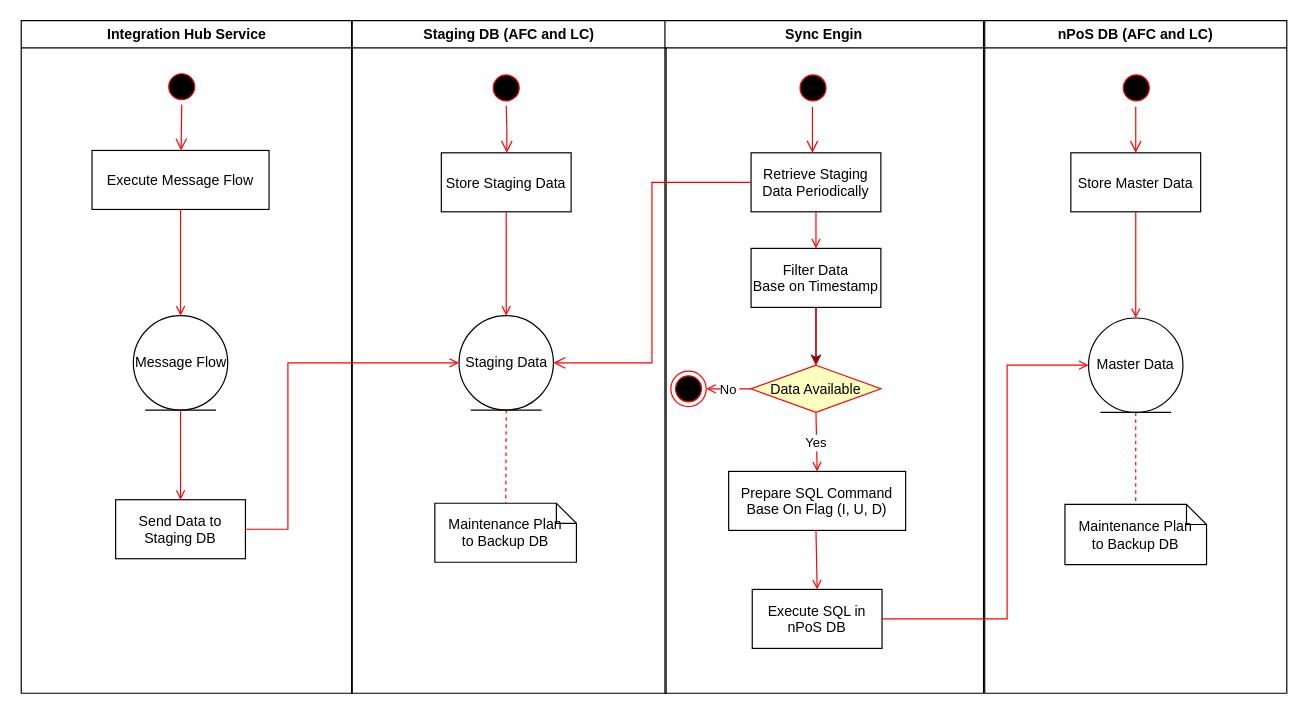
Before: Untitled Diagram.drawio in WALL-E-VA/WALL-E-VA, a draw.io diagram. Source tidied: cells renumbered, new cells numbered last; positions are measured from the earlier drawing's top-left corner, leaving out a move shared by most shapes. Both pictures are drawn from the tidied source at 118%, with x=0, y=0 at pixel (20, 20).
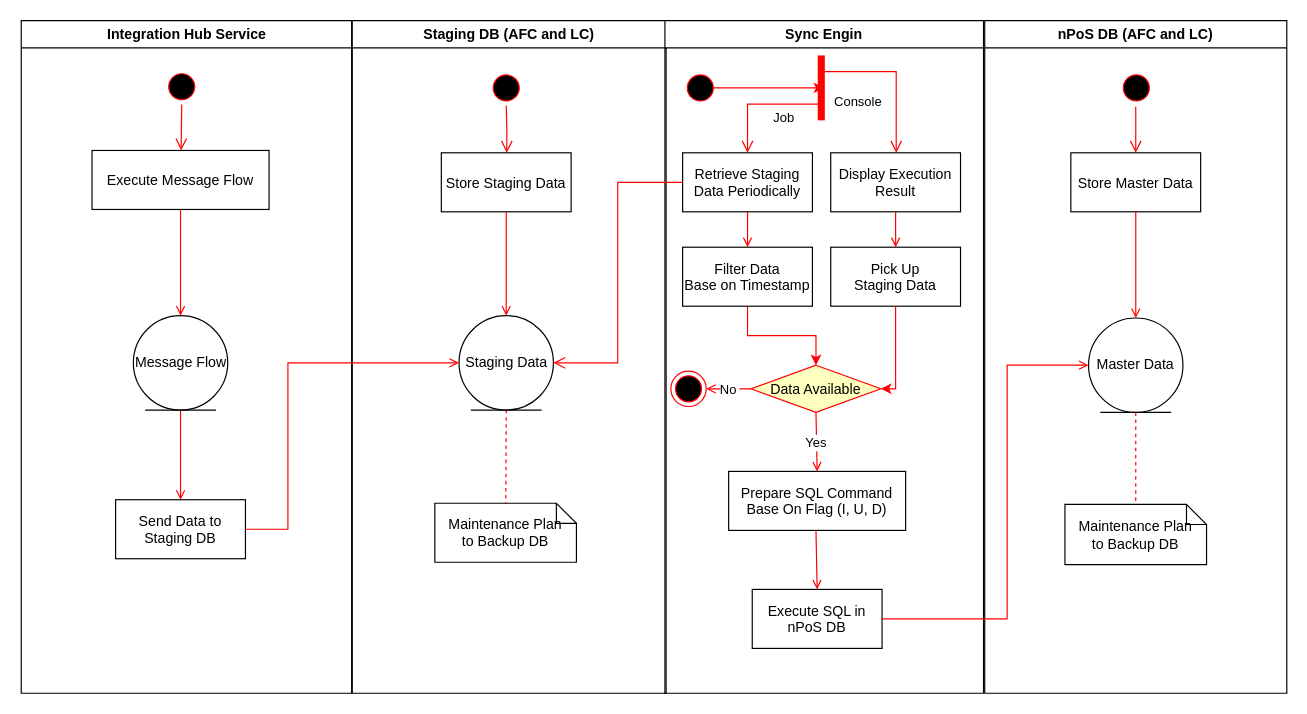
The same page after the edit.

The change refers to these unchanged cells:
```xml
<mxCell id="18" value="Sync Engin" style="swimlane;whiteSpace=wrap;" parent="1" vertex="1">
  <mxGeometry x="546" width="270" height="570" as="geometry" />
</mxCell>
<mxCell id="20" value="Data Available" style="rhombus;fillColor=#ffffc0;strokeColor=#ff0000;" parent="18" vertex="1">
  <mxGeometry x="73" y="292" width="110" height="40" as="geometry" />
</mxCell>
```

Change to the diagram source:
```diff
@@
     <mxCell id="21" value="Retrieve Staging &#10;Data Periodically" parent="18" vertex="1">
-      <mxGeometry x="73" y="112" width="110" height="50" as="geometry" />
+      <mxGeometry x="15" y="112" width="110" height="50" as="geometry" />
     </mxCell>
-    <mxCell id="22" style="edgeStyle=orthogonalEdgeStyle;rounded=0;jettySize=auto;html=1;" parent="18" edge="1" source="23" target="20">
+    <mxCell id="22" style="edgeStyle=orthogonalEdgeStyle;rounded=0;jettySize=auto;html=1;fillColor=#a20025;strokeColor=#FF0000;" parent="18" edge="1" source="23" target="20">
       <mxGeometry relative="1" as="geometry" />
     </mxCell>
     <mxCell id="23" value="Filter Data&#10;Base on Timestamp" parent="18" vertex="1">
-      <mxGeometry x="73" y="193" width="110" height="50" as="geometry" />
+      <mxGeometry x="15" y="192" width="110" height="50" as="geometry" />
     </mxCell>
-    <mxCell id="24" style="edgeStyle=none;strokeColor=#FF0000;endArrow=open;endFill=1;rounded=0;exitX=0.5;exitY=1;exitDx=0;exitDy=0;" parent="18" edge="1" source="21" target="23">
-      <mxGeometry relative="1" as="geometry" />
+    <mxCell id="24" style="edgeStyle=none;strokeColor=#FF0000;endArrow=open;endFill=1;rounded=0;entryX=0.5;entryY=0;entryDx=0;entryDy=0;" parent="18" edge="1" target="23">
+      <mxGeometry relative="1" as="geometry">
+        <mxPoint x="70" y="162" as="sourcePoint" />
+      </mxGeometry>
     </mxCell>
-    <mxCell id="25" style="endArrow=open;strokeColor=#FF0000;endFill=1;rounded=0;entryX=0.5;entryY=0;entryDx=0;entryDy=0;" parent="18" edge="1" source="23" target="20">
-      <mxGeometry relative="1" as="geometry" />
-    </mxCell>
+    <mxCell id="44" style="edgeStyle=orthogonalEdgeStyle;rounded=0;orthogonalLoop=1;jettySize=auto;html=1;strokeColor=#FF0000;entryX=0.536;entryY=0.478;entryDx=0;entryDy=0;entryPerimeter=0;" parent="18" edge="1">
+      <mxGeometry relative="1" as="geometry">
+        <mxPoint x="44.9" y="57" as="sourcePoint" />
+        <mxPoint x="135" y="57" as="targetPoint" />
+        <Array as="points">
+          <mxPoint x="40" y="57" />
+          <mxPoint x="40" y="57" />
+        </Array>
+      </mxGeometry>
+    </mxCell>
     <mxCell id="26" style="ellipse;shape=startState;fillColor=#000000;strokeColor=#ff0000;" parent="18" vertex="1">
-      <mxGeometry x="110.5" y="42" width="30" height="30" as="geometry" />
+      <mxGeometry x="15" y="42" width="30" height="30" as="geometry" />
     </mxCell>
-    <mxCell id="27" style="edgeStyle=elbowEdgeStyle;elbow=horizontal;verticalAlign=bottom;endArrow=open;endSize=8;strokeColor=#FF0000;endFill=1;rounded=0;" parent="18" edge="1">
+    <mxCell id="27" value="Job" style="edgeStyle=elbowEdgeStyle;elbow=horizontal;verticalAlign=bottom;endArrow=open;endSize=8;strokeColor=#FF0000;endFill=1;rounded=0;exitX=0.75;exitY=0.5;exitDx=0;exitDy=0;exitPerimeter=0;" parent="18" edge="1" source="47">
       <mxGeometry x="-53.5" y="-86" as="geometry">
-        <mxPoint x="125" y="73" as="sourcePoint" />
-        <mxPoint x="125" y="112" as="targetPoint" />
+        <mxPoint x="70" y="112" as="targetPoint" />
+        <Array as="points">
+          <mxPoint x="70" y="92" />
+          <mxPoint x="110" y="82" />
+          <mxPoint x="120" y="112" />
+          <mxPoint x="110" y="71" />
+        </Array>
       </mxGeometry>
     </mxCell>
@@
+    <mxCell id="45" value="Display Execution&#10;Result" parent="18" vertex="1">
+      <mxGeometry x="140.5" y="112" width="110" height="50" as="geometry" />
+    </mxCell>
+    <mxCell id="46" value="Console" style="edgeStyle=elbowEdgeStyle;elbow=horizontal;verticalAlign=bottom;endArrow=open;endSize=8;strokeColor=#FF0000;endFill=1;rounded=0;entryX=0.5;entryY=0;entryDx=0;entryDy=0;exitX=0.25;exitY=0.5;exitDx=0;exitDy=0;exitPerimeter=0;" parent="18" edge="1" source="47" target="45">
+      <mxGeometry x="-753.5" y="-204" as="geometry">
+        <Array as="points">
+          <mxPoint x="196" y="92" />
+        </Array>
+      </mxGeometry>
+    </mxCell>
+    <mxCell id="47" style="shape=line;html=1;strokeWidth=6;strokeColor=#ff0000;align=center;rotation=90;" parent="18" vertex="1">
+      <mxGeometry x="105" y="1" width="55" height="112" as="geometry" />
+    </mxCell>
+    <mxCell id="48" value="Pick Up&#10;Staging Data" parent="18" vertex="1">
+      <mxGeometry x="140.5" y="192" width="110" height="50" as="geometry" />
+    </mxCell>
+    <mxCell id="49" style="edgeStyle=none;strokeColor=#FF0000;endArrow=open;endFill=1;rounded=0;entryX=0.5;entryY=0;entryDx=0;entryDy=0;exitX=0.5;exitY=1;exitDx=0;exitDy=0;" parent="18" edge="1" source="45" target="48">
+      <mxGeometry relative="1" as="geometry" />
+    </mxCell>
+    <mxCell id="50" style="edgeStyle=orthogonalEdgeStyle;rounded=0;jettySize=auto;html=1;fillColor=#a20025;strokeColor=#FF0000;exitX=0.5;exitY=1;exitDx=0;exitDy=0;entryX=1;entryY=0.5;entryDx=0;entryDy=0;" parent="18" edge="1" source="48" target="20">
+      <mxGeometry relative="1" as="geometry">
+        <Array as="points">
+          <mxPoint x="196" y="312" />
+        </Array>
+      </mxGeometry>
+    </mxCell>
```
